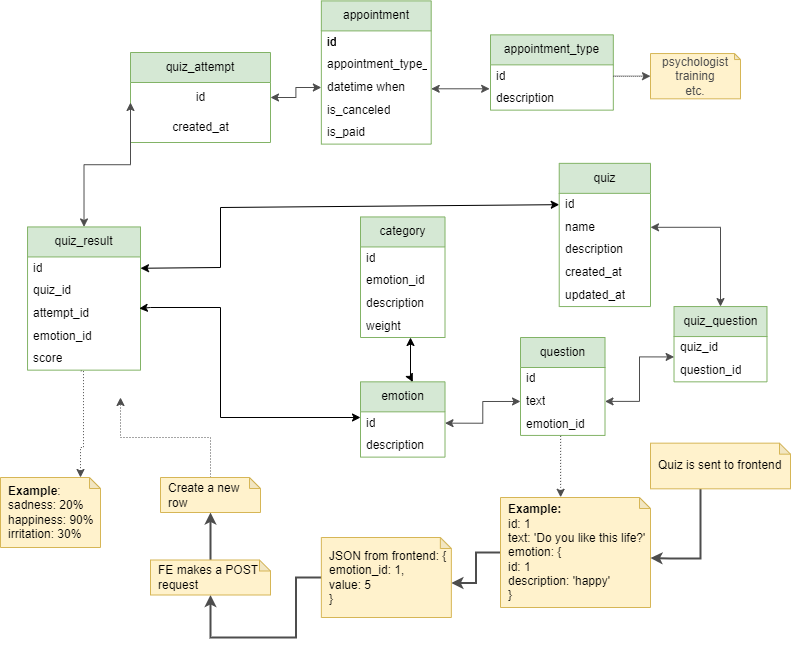
Before: docs/test_diagram.drawio.png, a diagram exported from draw.io (emotional-help-competition/backend). Source tidied: cells renumbered, new cells last; positions are measured from the earlier drawing's top-left corner, leaving out a move shared by most shapes.
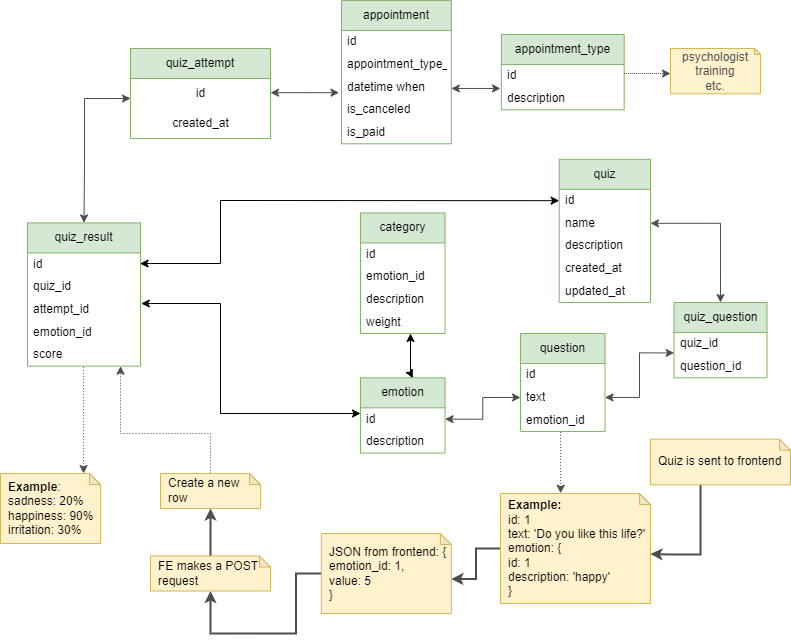
Later version of the same file.

What changed in the source:
```diff
@@ -12,7 +12,7 @@
       <mxGeometry y="60" width="140" height="30" as="geometry" />
     </mxCell>
     <mxCell id="5" value="appointment" style="swimlane;fontStyle=0;horizontal=1;startSize=30;whiteSpace=wrap;html=1;fillColor=#d5e8d4;strokeColor=#82b366;" parent="1" vertex="1">
-      <mxGeometry x="320.8" y="0.4" width="109.9" height="143.2" as="geometry" />
+      <mxGeometry x="341" y="4.1" width="109.9" height="143.2" as="geometry" />
     </mxCell>
     <mxCell id="6" value="id" style="text;strokeColor=none;fillColor=none;align=left;verticalAlign=middle;spacingLeft=4;spacingRight=4;overflow=hidden;whiteSpace=wrap;html=1;" parent="5" vertex="1">
       <mxGeometry y="30" width="109.9" height="22.6" as="geometry" />
@@ -29,11 +29,15 @@
     <mxCell id="10" value="is_paid" style="text;strokeColor=none;fillColor=none;align=left;verticalAlign=middle;spacingLeft=4;spacingRight=4;overflow=hidden;whiteSpace=wrap;html=1;" parent="5" vertex="1">
       <mxGeometry y="120.6" width="109.9" height="22.6" as="geometry" />
     </mxCell>
-    <mxCell id="11" style="edgeStyle=orthogonalEdgeStyle;rounded=0;jettySize=auto;html=1;entryX=0;entryY=0.5;entryDx=0;entryDy=0;startArrow=classic;startFill=1;strokeColor=#4D4D4D;" parent="1" edge="1" source="2" target="8">
-      <mxGeometry relative="1" as="geometry" />
+    <mxCell id="11" style="edgeStyle=orthogonalEdgeStyle;rounded=0;jettySize=auto;html=1;startArrow=classic;startFill=1;strokeColor=#4D4D4D;entryX=-0.022;entryY=0.743;entryDx=0;entryDy=0;entryPerimeter=0;" parent="1" edge="1" source="2" target="8">
+      <mxGeometry relative="1" as="geometry">
+        <Array as="points">
+          <mxPoint x="306" y="97" />
+        </Array>
+      </mxGeometry>
     </mxCell>
     <mxCell id="12" value="appointment_type" style="swimlane;fontStyle=0;horizontal=1;startSize=30;whiteSpace=wrap;html=1;fillColor=#d5e8d4;strokeColor=#82b366;" parent="1" vertex="1">
-      <mxGeometry x="490" y="34.4" width="122.8" height="75.3" as="geometry" />
+      <mxGeometry x="500.9" y="38" width="122.8" height="75.3" as="geometry" />
     </mxCell>
     <mxCell id="13" value="id" style="text;strokeColor=none;fillColor=none;align=left;verticalAlign=middle;spacingLeft=4;spacingRight=4;overflow=hidden;points=[[0,0.5],[1,0.5]];portConstraint=eastwest;whiteSpace=wrap;html=1;" parent="12" vertex="1">
       <mxGeometry y="30" width="122.8" height="22.6" as="geometry" />
@@ -42,10 +46,15 @@
       <mxGeometry y="52.6" width="122.8" height="22.6" as="geometry" />
     </mxCell>
     <mxCell id="15" value="psychologist&lt;br&gt;training&lt;br&gt;etc." style="shape=note;whiteSpace=wrap;html=1;backgroundOutline=1;darkOpacity=0.05;size=6;spacingTop=0;fillColor=#fff2cc;strokeColor=#d6b656;fontColor=#4D4D4D;" parent="1" vertex="1">
-      <mxGeometry x="650" y="53" width="90" height="45.3" as="geometry" />
+      <mxGeometry x="670" y="52" width="90" height="45.3" as="geometry" />
     </mxCell>
     <mxCell id="16" style="edgeStyle=orthogonalEdgeStyle;rounded=0;jettySize=auto;html=1;startArrow=none;startFill=0;strokeColor=#4D4D4D;dashed=1;dashPattern=1 1;" parent="1" edge="1" source="13" target="15">
-      <mxGeometry relative="1" as="geometry" />
+      <mxGeometry relative="1" as="geometry">
+        <Array as="points">
+          <mxPoint x="640" y="77" />
+          <mxPoint x="640" y="77" />
+        </Array>
+      </mxGeometry>
     </mxCell>
     <mxCell id="17" value="quiz" style="swimlane;fontStyle=0;horizontal=1;startSize=30;whiteSpace=wrap;html=1;fillColor=#d5e8d4;strokeColor=#82b366;" parent="1" vertex="1">
       <mxGeometry x="558.7" y="162.8" width="91.3" height="143.2" as="geometry" />
@@ -104,6 +113,11 @@
     <mxCell id="35" style="edgeStyle=orthogonalEdgeStyle;rounded=0;jettySize=auto;html=1;entryX=0.5;entryY=0;entryDx=0;entryDy=0;startArrow=classic;startFill=1;strokeColor=#4D4D4D;" parent="1" edge="1" target="40">
       <mxGeometry relative="1" as="geometry">
         <mxPoint x="130" y="102" as="sourcePoint" />
+        <Array as="points">
+          <mxPoint x="84" y="102" />
+          <mxPoint x="84" y="164" />
+          <mxPoint x="84" y="164" />
+        </Array>
       </mxGeometry>
     </mxCell>
     <mxCell id="36" style="edgeStyle=orthogonalEdgeStyle;rounded=0;jettySize=auto;html=1;entryX=-0.007;entryY=0.057;entryDx=0;entryDy=0;entryPerimeter=0;startArrow=classic;startFill=1;exitX=1;exitY=0.557;exitDx=0;exitDy=0;exitPerimeter=0;strokeColor=#4D4D4D;" parent="1" edge="1" source="8" target="14">
@@ -112,11 +126,9 @@
     <mxCell id="37" style="edgeStyle=orthogonalEdgeStyle;rounded=0;jettySize=auto;html=1;entryX=0.001;entryY=0.9;entryDx=0;entryDy=0;entryPerimeter=0;startArrow=classic;startFill=1;strokeColor=#4D4D4D;" parent="1" edge="1" source="25" target="28">
       <mxGeometry relative="1" as="geometry" />
     </mxCell>
-    <mxCell id="38" style="edgeStyle=orthogonalEdgeStyle;rounded=0;jettySize=auto;html=1;dashed=1;dashPattern=1 2;strokeColor=#4D4D4D;fontSize=11;fontColor=#4D4D4D;startArrow=classic;startFill=1;endArrow=none;endFill=0;entryX=0.462;entryY=1.027;entryDx=0;entryDy=0;entryPerimeter=0;" parent="1" edge="1" source="39" target="45">
+    <mxCell id="38" style="edgeStyle=orthogonalEdgeStyle;rounded=0;jettySize=auto;html=1;dashed=1;dashPattern=1 2;strokeColor=#4D4D4D;fontSize=11;fontColor=#4D4D4D;startArrow=classic;startFill=1;endArrow=none;endFill=0;entryX=0.496;entryY=1.017;entryDx=0;entryDy=0;entryPerimeter=0;" parent="1" edge="1" source="39" target="45">
       <mxGeometry relative="1" as="geometry">
         <Array as="points">
-          <mxPoint x="80" y="447" />
-          <mxPoint x="83" y="447" />
           <mxPoint x="83" y="370" />
         </Array>
       </mxGeometry>
@@ -179,9 +191,8 @@
     <mxCell id="54" value="FE makes a POST request" style="shape=note;whiteSpace=wrap;html=1;backgroundOutline=1;darkOpacity=0.05;size=11;spacingTop=0;fillColor=#fff2cc;strokeColor=#d6b656;align=left;spacingBottom=0;spacingLeft=6;" parent="1" vertex="1">
       <mxGeometry x="150" y="559.5" width="120" height="35" as="geometry" />
     </mxCell>
-    <mxCell id="55" style="edgeStyle=orthogonalEdgeStyle;rounded=0;jettySize=auto;html=1;strokeColor=#4D4D4D;strokeWidth=1;fontSize=11;fontColor=#4D4D4D;startArrow=none;startFill=0;endArrow=classic;endFill=1;dashed=1;dashPattern=1 2;" parent="1" edge="1" source="56">
+    <mxCell id="55" style="edgeStyle=orthogonalEdgeStyle;rounded=0;jettySize=auto;html=1;strokeColor=#4D4D4D;strokeWidth=1;fontSize=11;fontColor=#4D4D4D;startArrow=none;startFill=0;endArrow=classic;endFill=1;dashed=1;dashPattern=1 2;" parent="1" edge="1" source="56" target="45">
       <mxGeometry relative="1" as="geometry">
-        <mxPoint x="120" y="397" as="targetPoint" />
         <Array as="points">
           <mxPoint x="210" y="437" />
           <mxPoint x="120" y="437" />
@@ -191,7 +202,7 @@
     <mxCell id="56" value="Create a new row" style="shape=note;whiteSpace=wrap;html=1;backgroundOutline=1;darkOpacity=0.05;size=11;spacingTop=0;fillColor=#fff2cc;strokeColor=#d6b656;align=left;spacingBottom=0;spacingLeft=6;" parent="1" vertex="1">
       <mxGeometry x="160" y="477" width="100" height="35" as="geometry" />
     </mxCell>
-    <mxCell id="57" style="endArrow=classic;startArrow=classic;html=1;rounded=0;exitX=0.989;exitY=0.277;exitDx=0;exitDy=0;exitPerimeter=0;" parent="1" edge="1" source="43">
+    <mxCell id="57" style="endArrow=classic;startArrow=classic;html=1;rounded=0;exitX=1.007;exitY=0.234;exitDx=0;exitDy=0;exitPerimeter=0;" parent="1" edge="1" source="43">
       <mxGeometry relative="1" as="geometry">
         <mxPoint x="360" y="417" as="targetPoint" />
         <Array as="points">
@@ -201,17 +212,15 @@
         </Array>
       </mxGeometry>
     </mxCell>
-    <mxCell id="58" style="endArrow=classic;startArrow=classic;html=1;rounded=0;exitX=1;exitY=0.5;exitDx=0;exitDy=0;entryX=0;entryY=0.5;entryDx=0;entryDy=0;" parent="1" edge="1" source="41" target="18">
+    <mxCell id="58" style="endArrow=classic;startArrow=classic;html=1;rounded=0;exitX=0.996;exitY=0.471;exitDx=0;exitDy=0;entryX=0;entryY=0.5;entryDx=0;entryDy=0;exitPerimeter=0;" parent="1" edge="1" source="41" target="18">
       <mxGeometry relative="1" as="geometry">
         <Array as="points">
+          <mxPoint x="150" y="267" />
           <mxPoint x="220" y="267" />
-          <mxPoint x="220" y="207" />
+          <mxPoint x="220" y="204" />
         </Array>
       </mxGeometry>
     </mxCell>
-    <mxCell id="59" value="id" style="text;strokeColor=none;fillColor=none;align=left;verticalAlign=middle;spacingLeft=4;spacingRight=4;overflow=hidden;whiteSpace=wrap;html=1;" parent="1" vertex="1">
-      <mxGeometry x="320.8" y="30.4" width="109.9" height="22.6" as="geometry" />
-    </mxCell>
     <mxCell id="60" value="category" style="swimlane;fontStyle=0;horizontal=1;startSize=30;whiteSpace=wrap;html=1;fillColor=#d5e8d4;strokeColor=#82b366;" parent="1" vertex="1">
       <mxGeometry x="360" y="216.4" width="84.5" height="120.6" as="geometry" />
     </mxCell>
```
